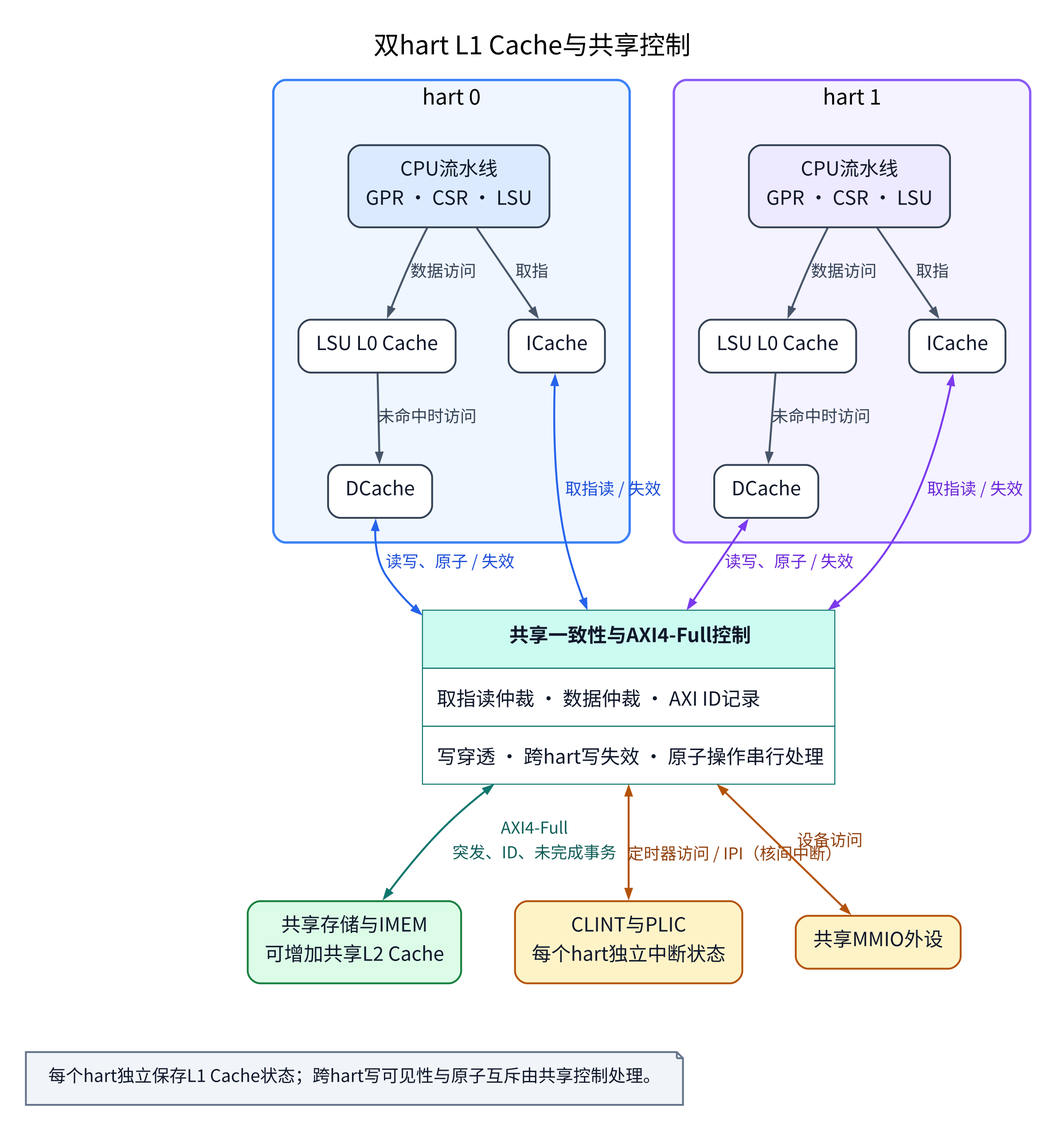
Earlier version of the Graphviz export RISC-V & CPU/_media/multicore_coherence/system_architecture.png (Little-W/Obsidian). Its source is kept beside it as RISC-V & CPU/_media/multicore_coherence/system_architecture.dot. The source it was exported from:
```dot
digraph multicore_architecture {
  graph [
    rankdir=TB,
    newrank=true,
    bgcolor="white",
    pad="0.35",
    nodesep="0.72",
    ranksep="0.92",
    splines=spline,
    outputorder=edgesfirst,
    fontname="Noto Sans CJK SC",
    fontsize=25,
    label="双hart L1 Cache与共享控制",
    labelloc=t,
    labeljust=c
  ];

  node [
    shape=box,
    style="rounded,filled",
    color="#334155",
    fillcolor="#FFFFFF",
    fontname="Noto Sans CJK SC",
    fontsize=19,
    fontcolor="#0F172A",
    penwidth=1.8,
    margin="0.24,0.16"
  ];

  edge [
    color="#475569",
    fontname="Noto Sans CJK SC",
    fontsize=16,
    fontcolor="#334155",
    penwidth=1.9,
    arrowsize=0.85
  ];

  subgraph cluster_hart0 {
    label="hart 0";
    color="#3B82F6";
    fillcolor="#EFF6FF";
    style="rounded,filled";
    penwidth=2.3;
    fontname="Noto Sans CJK SC";
    fontsize=21;
    margin=24;

    cpu0 [label="CPU流水线\nGPR · CSR · LSU", fillcolor="#DBEAFE"];
    ic0 [label="ICache"];
    l00 [label="LSU L0 Cache"];
    dc0 [label="DCache"];

    cpu0 -> ic0 [label="取指"];
    cpu0 -> l00 [label="数据访问"];
    l00 -> dc0 [label="未命中时访问"];
  }

  subgraph cluster_hart1 {
    label="hart 1";
    color="#8B5CF6";
    fillcolor="#F5F3FF";
    style="rounded,filled";
    penwidth=2.3;
    fontname="Noto Sans CJK SC";
    fontsize=21;
    margin=24;

    cpu1 [label="CPU流水线\nGPR · CSR · LSU", fillcolor="#EDE9FE"];
    ic1 [label="ICache"];
    l01 [label="LSU L0 Cache"];
    dc1 [label="DCache"];

    cpu1 -> ic1 [label="取指"];
    cpu1 -> l01 [label="数据访问"];
    l01 -> dc1 [label="未命中时访问"];
  }

  { rank=same; cpu0; cpu1; }
  { rank=same; ic0; l00; ic1; l01; }
  { rank=same; dc0; dc1; }

  sys [
    shape=plain,
    label=<
      <TABLE BORDER="0" CELLBORDER="1" CELLSPACING="0" CELLPADDING="13" COLOR="#0F766E">
        <TR><TD BGCOLOR="#CCFBF1"><B>共享一致性与AXI4-Full控制</B></TD></TR>
        <TR><TD ALIGN="LEFT">取指读仲裁 · 数据仲裁 · AXI ID记录</TD></TR>
        <TR><TD ALIGN="LEFT">写穿透 · 跨hart写失效 · 原子操作串行处理</TD></TR>
      </TABLE>
    >
  ];

  ic0 -> sys [label="取指读 / 失效", dir=both, color="#2563EB", fontcolor="#1D4ED8"];
  dc0 -> sys [label="读写、原子 / 失效", dir=both, color="#2563EB", fontcolor="#1D4ED8"];
  ic1 -> sys [label="取指读 / 失效", dir=both, color="#7C3AED", fontcolor="#6D28D9"];
  dc1 -> sys [label="读写、原子 / 失效", dir=both, color="#7C3AED", fontcolor="#6D28D9"];

  memory [label="共享存储与IMEM\n可增加共享L2 Cache", fillcolor="#DCFCE7", color="#15803D"];
  irq [label="CLINT与PLIC\n每个hart独立中断状态", fillcolor="#FEF3C7", color="#B45309"];
  mmio [label="共享MMIO外设", fillcolor="#FEF3C7", color="#B45309"];

  sys -> memory [label="AXI4-Full\n突发、ID、未完成事务", dir=both, color="#0F766E", fontcolor="#115E59"];
  sys -> irq [label=<<TABLE BORDER="0" CELLBORDER="0" CELLPADDING="4"><TR><TD BGCOLOR="#FFFFFF"><FONT COLOR="#92400E">定时器访问 / IPI（核间中断）</FONT></TD></TR></TABLE>>, dir=both, color="#B45309"];
  sys -> mmio [label="设备访问", dir=both, color="#B45309", fontcolor="#92400E"];

  { rank=same; memory; irq; mmio; }

  note [
    shape=note,
    label="每个hart独立保存L1 Cache状态；跨hart写可见性与原子互斥由共享控制处理。",
    fillcolor="#F1F5F9",
    color="#64748B",
    fontsize=17,
    margin="0.24,0.18"
  ];
  memory -> note [style=invis];
}
```
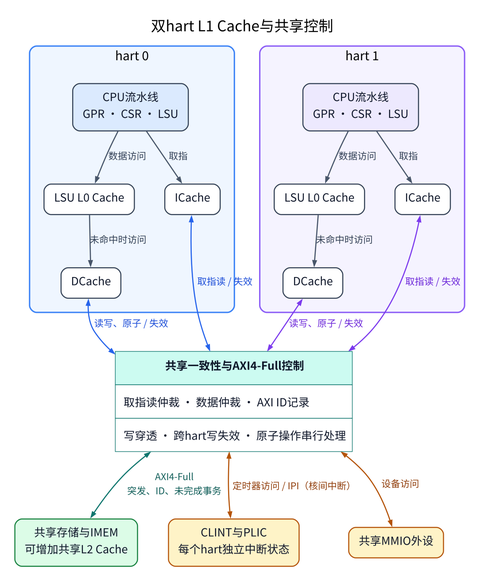
After the commit.

What changed in the source:
```diff
@@ -106,13 +106,4 @@
 
   { rank=same; memory; irq; mmio; }
 
-  note [
-    shape=note,
-    label="每个hart独立保存L1 Cache状态；跨hart写可见性与原子互斥由共享控制处理。",
-    fillcolor="#F1F5F9",
-    color="#64748B",
-    fontsize=17,
-    margin="0.24,0.18"
-  ];
-  memory -> note [style=invis];
 }
```
